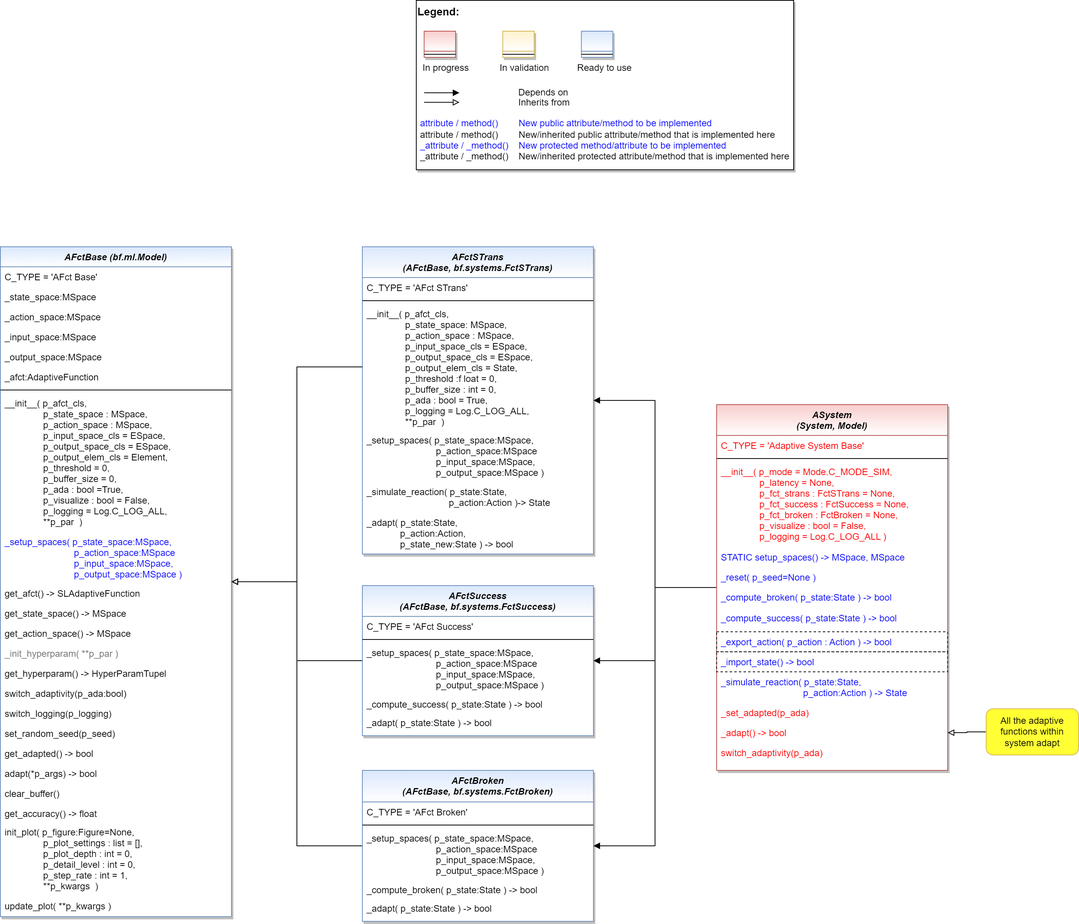
Above: doc/rtd/content/04_appendices/appendix2/sub/core/mlpro_bf/layer4_machine_learning/images/MLPro-BF-ML-Systems_class_diagram.drawio.png in fhswf/MLPro (draw.io), before the change. Source tidied: cells renumbered, new cells last; positions are measured from the earlier drawing's top-left corner, leaving out a move shared by most shapes.
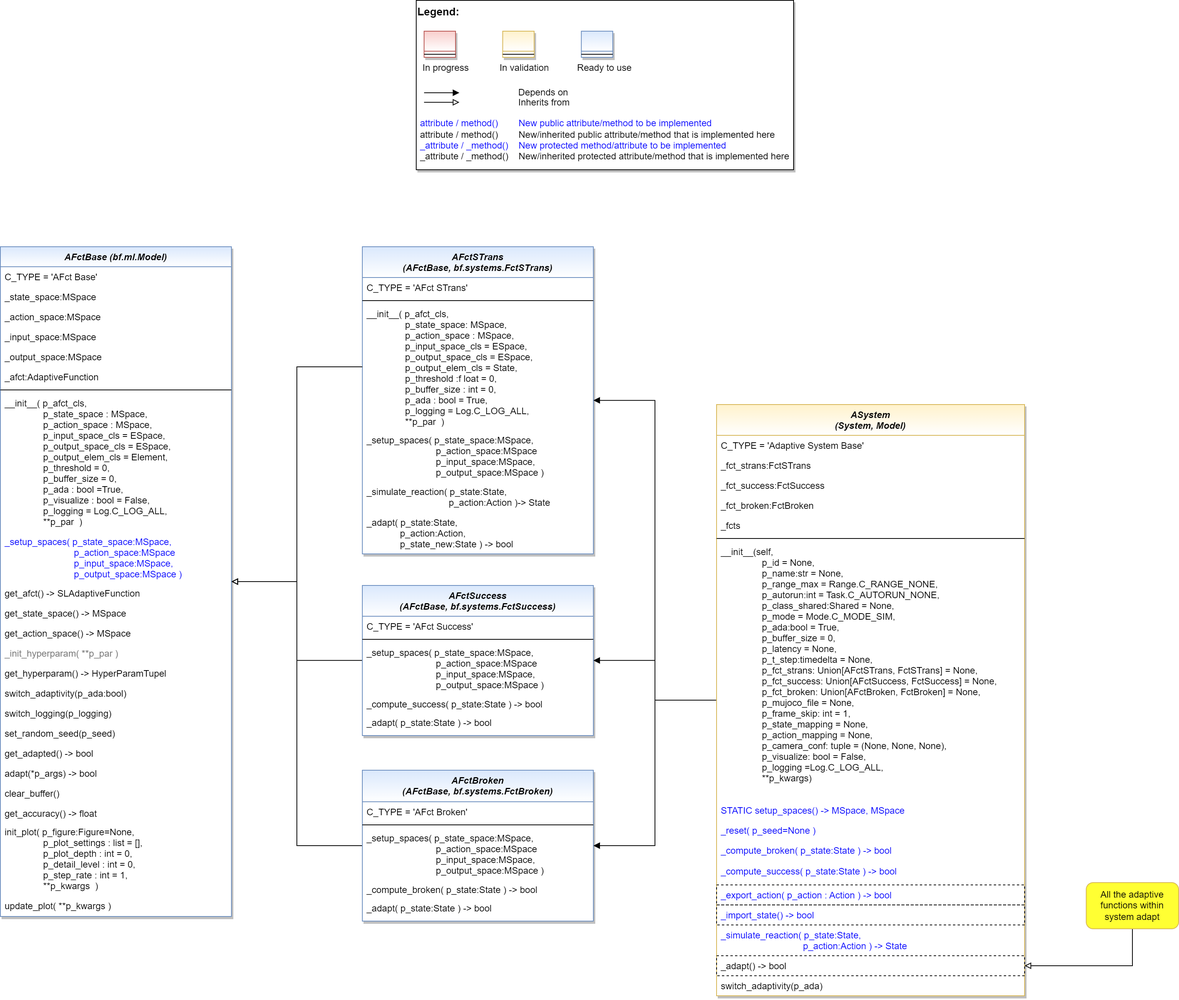
The same diagram one commit later.

Commit message:
class diagrams

What changed in the source:
```diff
@@ -11,53 +11,62 @@
     <mxCell id="4" style="edgeStyle=orthogonalEdgeStyle;rounded=0;jettySize=auto;html=1;endArrow=block;endFill=1;" parent="1" edge="1" source="5" target="39">
       <mxGeometry relative="1" as="geometry" />
     </mxCell>
-    <mxCell id="5" value="ASystem&#10;(System, Model)" style="swimlane;fontStyle=3;align=center;verticalAlign=top;horizontal=1;startSize=40;rounded=0;shadow=1;strokeWidth=1;fillColor=#f8cecc;strokeColor=#b85450;swimlaneFillColor=#ffffff;gradientColor=#FFFFFF;" parent="1" vertex="1">
-      <mxGeometry x="930" y="525" width="300" height="475" as="geometry" />
+    <mxCell id="5" value="ASystem&#10;(System, Model)" style="swimlane;fontStyle=3;align=center;verticalAlign=top;horizontal=1;startSize=40;rounded=0;shadow=1;strokeWidth=1;fillColor=#fff2cc;strokeColor=#d6b656;swimlaneFillColor=#ffffff;gradientColor=#FFFFFF;" parent="1" vertex="1">
+      <mxGeometry x="930" y="525" width="400" height="768" as="geometry" />
     </mxCell>
-    <mxCell id="6" value="C_TYPE = 'Adaptive System Base'" style="text;align=left;verticalAlign=top;spacingLeft=4;spacingRight=4;overflow=hidden;fontColor=#FF0000;" parent="5" vertex="1">
-      <mxGeometry y="40" width="300" height="26" as="geometry" />
+    <mxCell id="6" value="C_TYPE = 'Adaptive System Base'" style="text;align=left;verticalAlign=top;spacingLeft=4;spacingRight=4;overflow=hidden;fontColor=default;" parent="5" vertex="1">
+      <mxGeometry y="40" width="400" height="26" as="geometry" />
     </mxCell>
+    <mxCell id="77" value="_fct_strans:FctSTrans" style="text;align=left;verticalAlign=top;spacingLeft=4;spacingRight=4;overflow=hidden;fontColor=default;" parent="5" vertex="1">
+      <mxGeometry y="66" width="400" height="26" as="geometry" />
+    </mxCell>
+    <mxCell id="78" value="_fct_success:FctSuccess" style="text;align=left;verticalAlign=top;spacingLeft=4;spacingRight=4;overflow=hidden;fontColor=default;" parent="5" vertex="1">
+      <mxGeometry y="92" width="400" height="26" as="geometry" />
+    </mxCell>
+    <mxCell id="79" value="_fct_broken:FctBroken" style="text;align=left;verticalAlign=top;spacingLeft=4;spacingRight=4;overflow=hidden;fontColor=default;" parent="5" vertex="1">
+      <mxGeometry y="118" width="400" height="26" as="geometry" />
+    </mxCell>
+    <mxCell id="80" value="_fcts" style="text;align=left;verticalAlign=top;spacingLeft=4;spacingRight=4;overflow=hidden;fontColor=default;" parent="5" vertex="1">
+      <mxGeometry y="144" width="400" height="26" as="geometry" />
+    </mxCell>
     <mxCell id="7" style="line;html=1;strokeWidth=1;align=left;verticalAlign=middle;spacingTop=-1;spacingLeft=3;spacingRight=3;labelPosition=right;" parent="5" vertex="1">
-      <mxGeometry y="66" width="300" height="8" as="geometry" />
+      <mxGeometry y="170" width="400" height="8" as="geometry" />
     </mxCell>
-    <mxCell id="8" value="__init__( p_mode = Mode.C_MODE_SIM,&#10;               p_latency = None, &#10;               p_fct_strans : FctSTrans = None,&#10;               p_fct_success : FctSuccess = None,&#10;               p_fct_broken : FctBroken = None,&#10;               p_visualize : bool = False,&#10;               p_logging = Log.C_LOG_ALL )" style="text;align=left;verticalAlign=top;spacingLeft=4;spacingRight=4;overflow=hidden;fontColor=#FF0000;" parent="5" vertex="1">
-      <mxGeometry y="74" width="300" height="111" as="geometry" />
+    <mxCell id="8" value="__init__(self,&#10;                                 p_id = None,&#10;                                 p_name:str = None,&#10;                                 p_range_max = Range.C_RANGE_NONE,&#10;                                 p_autorun:int = Task.C_AUTORUN_NONE,&#10;                                 p_class_shared:Shared = None,&#10;                                 p_mode = Mode.C_MODE_SIM,&#10;                                 p_ada:bool = True,&#10;                                 p_buffer_size = 0,&#10;                                 p_latency = None,&#10;                                 p_t_step:timedelta = None,&#10;                                 p_fct_strans: Union[AFctSTrans, FctSTrans] = None,&#10;                                 p_fct_success: Union[AFctSuccess, FctSuccess] = None,&#10;                                 p_fct_broken: Union[AFctBroken, FctBroken] = None,&#10;                                 p_mujoco_file = None,&#10;                                 p_frame_skip: int = 1,&#10;                                 p_state_mapping = None,&#10;                                 p_action_mapping = None,&#10;                                 p_camera_conf: tuple = (None, None, None),&#10;                                 p_visualize: bool = False,&#10;                                 p_logging =Log.C_LOG_ALL,            &#10;                                 **p_kwargs)" style="text;align=left;verticalAlign=top;spacingLeft=4;spacingRight=4;overflow=hidden;fontColor=default;" parent="5" vertex="1">
+      <mxGeometry y="178" width="400" height="336" as="geometry" />
     </mxCell>
     <mxCell id="9" value="STATIC setup_spaces() -&gt; MSpace, MSpace" style="text;align=left;verticalAlign=top;spacingLeft=4;spacingRight=4;overflow=hidden;fontColor=#0000FF;" parent="5" vertex="1">
-      <mxGeometry y="185" width="300" height="26" as="geometry" />
+      <mxGeometry y="514" width="400" height="26" as="geometry" />
     </mxCell>
     <mxCell id="10" value="_reset( p_seed=None )" style="text;align=left;verticalAlign=top;spacingLeft=4;spacingRight=4;overflow=hidden;fontColor=#0000FF;" parent="5" vertex="1">
-      <mxGeometry y="211" width="300" height="26" as="geometry" />
+      <mxGeometry y="540" width="400" height="26" as="geometry" />
     </mxCell>
     <mxCell id="11" value="_compute_broken( p_state:State ) -&gt; bool" style="text;align=left;verticalAlign=top;spacingLeft=4;spacingRight=4;overflow=hidden;fontColor=#0000FF;" parent="5" vertex="1">
-      <mxGeometry y="237" width="300" height="27" as="geometry" />
+      <mxGeometry y="566" width="400" height="27" as="geometry" />
     </mxCell>
     <mxCell id="12" value="_compute_success( p_state:State ) -&gt; bool" style="text;align=left;verticalAlign=top;spacingLeft=4;spacingRight=4;overflow=hidden;fontColor=#0000FF;" parent="5" vertex="1">
-      <mxGeometry y="264" width="300" height="31" as="geometry" />
+      <mxGeometry y="593" width="400" height="31" as="geometry" />
     </mxCell>
     <mxCell id="13" value="_export_action( p_action : Action ) -&gt; bool" style="text;align=left;verticalAlign=top;spacingLeft=4;spacingRight=4;overflow=hidden;fontColor=#0000FF;strokeColor=default;dashed=1;" parent="5" vertex="1">
-      <mxGeometry y="295" width="300" height="26" as="geometry" />
+      <mxGeometry y="624" width="400" height="26" as="geometry" />
     </mxCell>
     <mxCell id="14" value="_import_state() -&gt; bool" style="text;align=left;verticalAlign=top;spacingLeft=4;spacingRight=4;overflow=hidden;fontColor=#0000FF;strokeColor=default;dashed=1;" parent="5" vertex="1">
-      <mxGeometry y="321" width="300" height="26" as="geometry" />
+      <mxGeometry y="650" width="400" height="26" as="geometry" />
     </mxCell>
     <mxCell id="15" value="_simulate_reaction( p_state:State, &#10;                                p_action:Action ) -&gt; State" style="text;align=left;verticalAlign=top;spacingLeft=4;spacingRight=4;overflow=hidden;fontColor=#0000FF;" parent="5" vertex="1">
-      <mxGeometry y="347" width="300" height="40" as="geometry" />
+      <mxGeometry y="676" width="400" height="40" as="geometry" />
     </mxCell>
-    <mxCell id="16" value="_set_adapted(p_ada)" style="text;align=left;verticalAlign=top;spacingLeft=4;spacingRight=4;overflow=hidden;fontColor=#FF0000;" parent="5" vertex="1">
-      <mxGeometry y="387" width="300" height="26" as="geometry" />
-    </mxCell>
-    <mxCell id="17" value="_adapt() -&gt; bool" style="text;align=left;verticalAlign=top;spacingLeft=4;spacingRight=4;overflow=hidden;points=[[0,0.5],[1,0.5]];portConstraint=eastwest;fontColor=#FF0000;" parent="5" vertex="1">
-      <mxGeometry y="413" width="300" height="26" as="geometry" />
+    <mxCell id="17" value="_adapt() -&gt; bool" style="text;align=left;verticalAlign=top;spacingLeft=4;spacingRight=4;overflow=hidden;points=[[0,0.5],[1,0.5]];portConstraint=eastwest;fontColor=default;strokeColor=default;dashed=1;" parent="5" vertex="1">
+      <mxGeometry y="716" width="400" height="26" as="geometry" />
     </mxCell>
-    <mxCell id="18" value="switch_adaptivity(p_ada)" style="text;align=left;verticalAlign=top;spacingLeft=4;spacingRight=4;overflow=hidden;fontColor=#FF0000;" parent="5" vertex="1">
-      <mxGeometry y="439" width="300" height="26" as="geometry" />
+    <mxCell id="18" value="switch_adaptivity(p_ada)" style="text;align=left;verticalAlign=top;spacingLeft=4;spacingRight=4;overflow=hidden;fontColor=default;" parent="5" vertex="1">
+      <mxGeometry y="742" width="400" height="26" as="geometry" />
     </mxCell>
     <mxCell id="19" style="edgeStyle=orthogonalEdgeStyle;rounded=0;jettySize=auto;html=1;fontColor=default;endArrow=block;endFill=0;" parent="1" edge="1" source="20" target="17">
       <mxGeometry relative="1" as="geometry" />
     </mxCell>
     <mxCell id="20" value="All the adaptive functions within system adapt" style="rounded=1;whiteSpace=wrap;html=1;strokeWidth=1;fillColor=#FFFF33;strokeColor=#d6b656;gradientColor=none;" parent="1" vertex="1">
-      <mxGeometry x="1280" y="920" width="120" height="60" as="geometry" />
+      <mxGeometry x="1410" y="1146" width="120" height="60" as="geometry" />
     </mxCell>
     <mxCell id="21" style="group;" parent="1" vertex="1">
       <mxGeometry x="540" width="490" height="220" as="geometry" />
```
